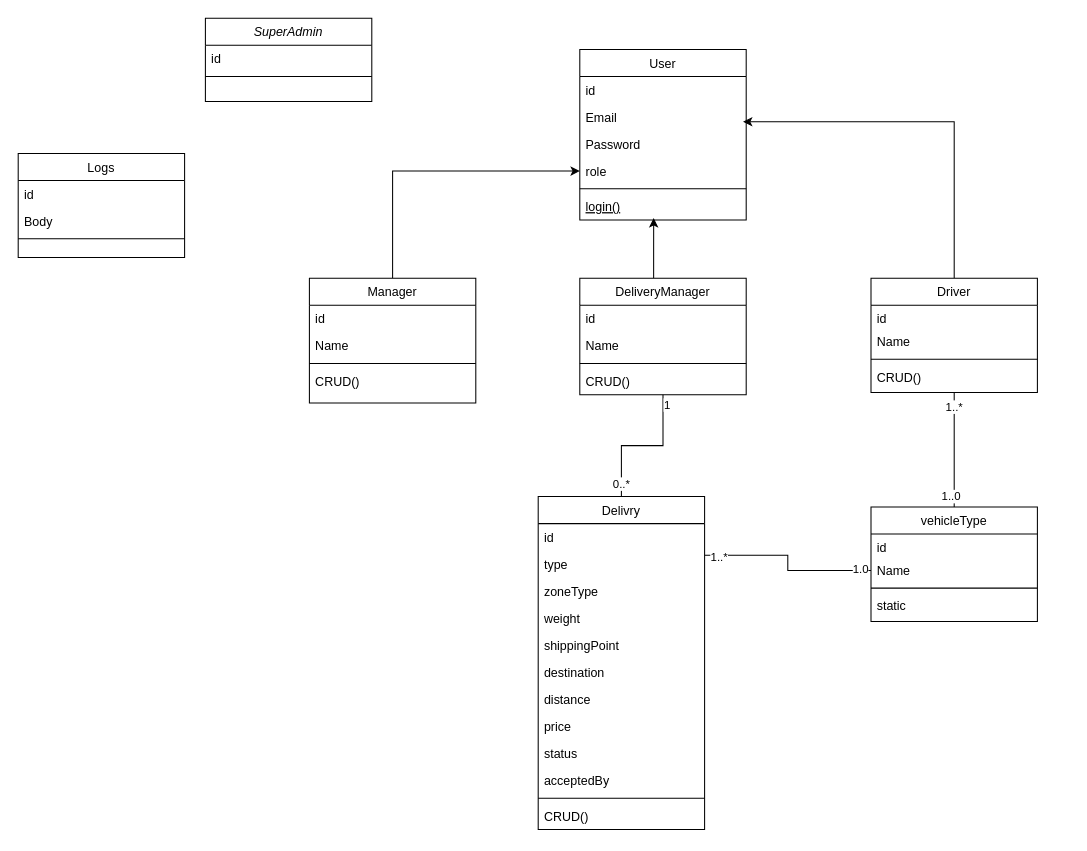
The draw.io diagram UML/class diagram.drawio in yassineelhoubi/DeliveryManagement, before the edit. Source tidied: cells renumbered, new cells numbered last; positions are measured from the earlier drawing's top-left corner, leaving out a move shared by most shapes. Both pictures are drawn from the tidied source at 104%, with x=0, y=0 at pixel (18, 18).
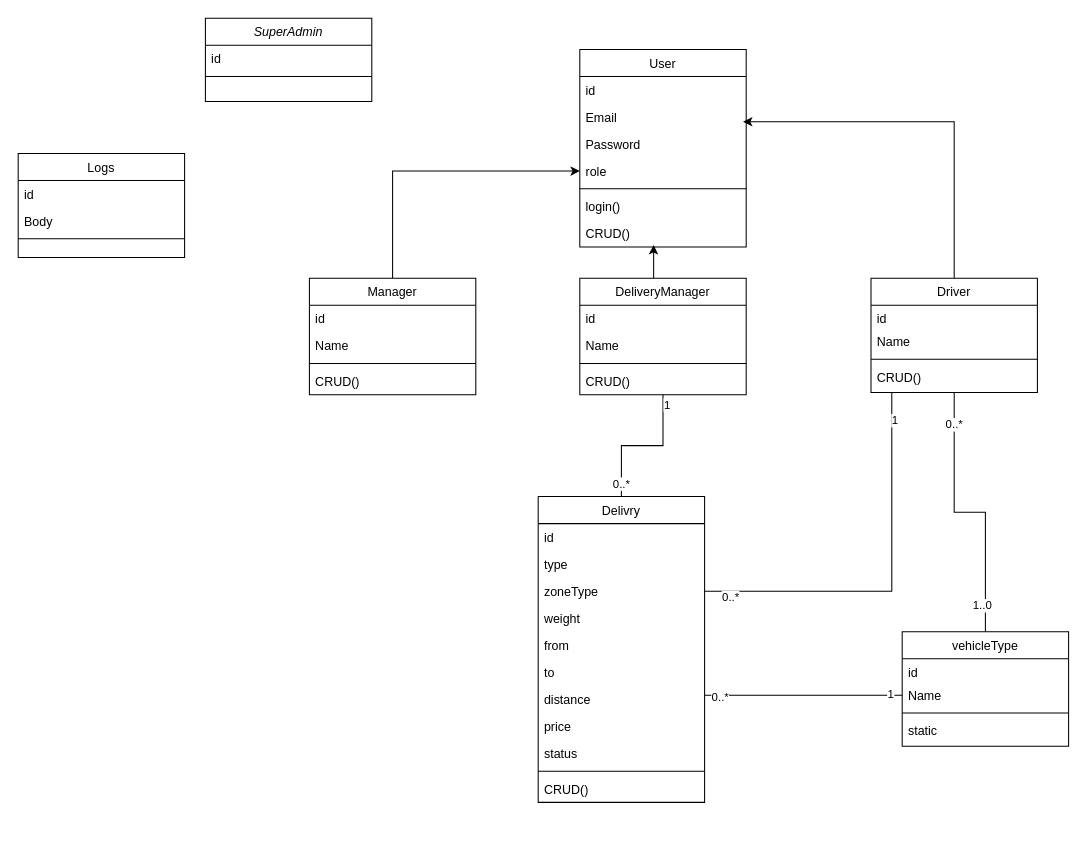
The same page after the edit.

Commit message:
update class diagram

The change refers to these unchanged cells:
```xml
<mxCell id="19" value="Driver" style="swimlane;fontStyle=0;align=center;verticalAlign=top;horizontal=1;startSize=26;rounded=0;shadow=0;strokeWidth=1;" parent="1" vertex="1">
  <mxGeometry x="820" y="250" width="160" height="110" as="geometry" />
</mxCell>
<mxCell id="39" value="type" style="text;align=left;verticalAlign=top;spacingLeft=4;spacingRight=4;overflow=hidden;points=[[0,0.5],[1,0.5]];portConstraint=eastwest;rounded=0;shadow=0;html=0;" parent="37" vertex="1">
  <mxGeometry y="52" width="160" height="26" as="geometry" />
</mxCell>
<mxCell id="40" value="zoneType" style="text;align=left;verticalAlign=top;spacingLeft=4;spacingRight=4;overflow=hidden;points=[[0,0.5],[1,0.5]];portConstraint=eastwest;rounded=0;shadow=0;html=0;" parent="37" vertex="1">
  <mxGeometry y="78" width="160" height="26" as="geometry" />
</mxCell>
<mxCell id="50" style="edgeStyle=orthogonalEdgeStyle;rounded=0;jettySize=auto;html=1;endArrow=none;endFill=0;entryX=0.5;entryY=1;entryDx=0;entryDy=0;" parent="1" edge="1" source="53" target="19">
  <mxGeometry relative="1" as="geometry" />
</mxCell>
<mxCell id="55" value="Name" style="text;align=left;verticalAlign=top;spacingLeft=4;spacingRight=4;overflow=hidden;points=[[0,0.5],[1,0.5]];portConstraint=eastwest;rounded=0;shadow=0;html=0;" parent="53" vertex="1">
  <mxGeometry y="48" width="160" height="26" as="geometry" />
</mxCell>
```

Change to the diagram source:
```diff
@@
     <mxCell id="5" value="User" style="swimlane;fontStyle=0;align=center;verticalAlign=top;horizontal=1;startSize=26;rounded=0;shadow=0;strokeWidth=1;" parent="1" vertex="1">
-      <mxGeometry x="540" y="30" width="160" height="164" as="geometry" />
+      <mxGeometry x="540" y="30" width="160" height="190" as="geometry" />
     </mxCell>
@@
+    <mxCell id="61" value="login()&#10;" style="text;align=left;verticalAlign=top;spacingLeft=4;spacingRight=4;overflow=hidden;fontStyle=0;" parent="5" vertex="1">
+      <mxGeometry y="138" width="160" height="26" as="geometry" />
+    </mxCell>
-    <mxCell id="11" value="login()" style="text;align=left;verticalAlign=top;spacingLeft=4;spacingRight=4;overflow=hidden;points=[[0,0.5],[1,0.5]];portConstraint=eastwest;fontStyle=4;" parent="5" vertex="1">
-      <mxGeometry y="138" width="160" height="26" as="geometry" />
+    <mxCell id="11" value="CRUD()&#10;" style="text;align=left;verticalAlign=top;spacingLeft=4;spacingRight=4;overflow=hidden;points=[[0,0.5],[1,0.5]];portConstraint=eastwest;fontStyle=0;" parent="5" vertex="1">
+      <mxGeometry y="164" width="160" height="26" as="geometry" />
     </mxCell>
@@
     <mxCell id="13" value="Manager&#10;" style="swimlane;fontStyle=0;align=center;verticalAlign=top;horizontal=1;startSize=26;rounded=0;shadow=0;strokeWidth=1;" parent="1" vertex="1">
-      <mxGeometry x="280" y="250" width="160" height="120" as="geometry" />
+      <mxGeometry x="280" y="250" width="160" height="112" as="geometry" />
     </mxCell>
@@
+    <mxCell id="62" style="edgeStyle=orthogonalEdgeStyle;rounded=0;jettySize=auto;html=1;entryX=1;entryY=0.5;entryDx=0;entryDy=0;endArrow=none;endFill=0;" parent="1" edge="1" source="19" target="40">
+      <mxGeometry relative="1" as="geometry">
+        <Array as="points">
+          <mxPoint x="840" y="551" />
+        </Array>
+      </mxGeometry>
+    </mxCell>
+    <mxCell id="63" value="0..*" style="edgeLabel;html=1;align=center;verticalAlign=middle;" parent="62" vertex="1">
+      <mxGeometry x="0.87" y="5" relative="1" as="geometry" />
+    </mxCell>
+    <mxCell id="64" value="1" style="edgeLabel;html=1;align=center;verticalAlign=middle;" parent="62" vertex="1">
+      <mxGeometry x="-0.86" y="2" relative="1" as="geometry" />
+    </mxCell>
@@
     <mxCell id="37" value="Delivry" style="swimlane;fontStyle=0;align=center;verticalAlign=top;horizontal=1;startSize=26;rounded=0;shadow=0;strokeWidth=1;" parent="1" vertex="1">
-      <mxGeometry x="500" y="460" width="160" height="320" as="geometry" />
+      <mxGeometry x="500" y="460" width="160" height="294" as="geometry" />
     </mxCell>
@@
-    <mxCell id="42" value="shippingPoint" style="text;align=left;verticalAlign=top;spacingLeft=4;spacingRight=4;overflow=hidden;rounded=0;shadow=0;html=0;" parent="37" vertex="1">
+    <mxCell id="42" value="from" style="text;align=left;verticalAlign=top;spacingLeft=4;spacingRight=4;overflow=hidden;rounded=0;shadow=0;html=0;" parent="37" vertex="1">
       <mxGeometry y="130" width="160" height="26" as="geometry" />
     </mxCell>
-    <mxCell id="43" value="destination" style="text;align=left;verticalAlign=top;spacingLeft=4;spacingRight=4;overflow=hidden;rounded=0;shadow=0;html=0;" parent="37" vertex="1">
+    <mxCell id="43" value="to" style="text;align=left;verticalAlign=top;spacingLeft=4;spacingRight=4;overflow=hidden;rounded=0;shadow=0;html=0;" parent="37" vertex="1">
       <mxGeometry y="156" width="160" height="26" as="geometry" />
     </mxCell>
@@
-    <mxCell id="47" value="acceptedBy" style="text;align=left;verticalAlign=top;spacingLeft=4;spacingRight=4;overflow=hidden;rounded=0;shadow=0;html=0;" parent="37" vertex="1">
-      <mxGeometry y="260" width="160" height="26" as="geometry" />
-    </mxCell>
     <mxCell id="48" style="line;html=1;strokeWidth=1;align=left;verticalAlign=middle;spacingTop=-1;spacingLeft=3;spacingRight=3;labelPosition=right;" parent="37" vertex="1">
-      <mxGeometry y="286" width="160" height="8" as="geometry" />
+      <mxGeometry y="260" width="160" height="8" as="geometry" />
     </mxCell>
     <mxCell id="49" value="CRUD()" style="text;align=left;verticalAlign=top;spacingLeft=4;spacingRight=4;overflow=hidden;" parent="37" vertex="1">
-      <mxGeometry y="294" width="160" height="26" as="geometry" />
+      <mxGeometry y="268" width="160" height="26" as="geometry" />
     </mxCell>
@@
-    <mxCell id="52" value="1..*" style="edgeLabel;html=1;align=center;verticalAlign=middle;" parent="50" vertex="1">
+    <mxCell id="52" value="0..*" style="edgeLabel;html=1;align=center;verticalAlign=middle;" parent="50" vertex="1">
       <mxGeometry x="0.77" y="1" relative="1" as="geometry" />
     </mxCell>
     <mxCell id="53" value="vehicleType" style="swimlane;fontStyle=0;align=center;verticalAlign=top;horizontal=1;startSize=26;rounded=0;shadow=0;strokeWidth=1;" parent="1" vertex="1">
-      <mxGeometry x="820" y="470" width="160" height="110" as="geometry" />
+      <mxGeometry x="850" y="590" width="160" height="110" as="geometry" />
     </mxCell>
@@
-    <mxCell id="58" style="edgeStyle=orthogonalEdgeStyle;rounded=0;jettySize=auto;html=1;entryX=1.001;entryY=0.166;entryDx=0;entryDy=0;entryPerimeter=0;endArrow=none;endFill=0;" parent="1" edge="1" source="55" target="39">
-      <mxGeometry relative="1" as="geometry" />
+    <mxCell id="58" style="edgeStyle=orthogonalEdgeStyle;rounded=0;jettySize=auto;html=1;endArrow=none;endFill=0;" parent="1" edge="1" source="55">
+      <mxGeometry relative="1" as="geometry">
+        <mxPoint x="660" y="651" as="targetPoint" />
+        <Array as="points">
+          <mxPoint x="660" y="651" />
+        </Array>
+      </mxGeometry>
     </mxCell>
-    <mxCell id="59" value="1..*" style="edgeLabel;html=1;align=center;verticalAlign=middle;" parent="58" vertex="1">
+    <mxCell id="59" value="0..*" style="edgeLabel;html=1;align=center;verticalAlign=middle;" parent="58" vertex="1">
       <mxGeometry x="0.85" y="1" relative="1" as="geometry" />
     </mxCell>
-    <mxCell id="60" value="1.0" style="edgeLabel;html=1;align=center;verticalAlign=middle;" parent="58" vertex="1">
+    <mxCell id="60" value="1" style="edgeLabel;html=1;align=center;verticalAlign=middle;" parent="58" vertex="1">
       <mxGeometry x="-0.87" y="-2" relative="1" as="geometry" />
     </mxCell>
```
